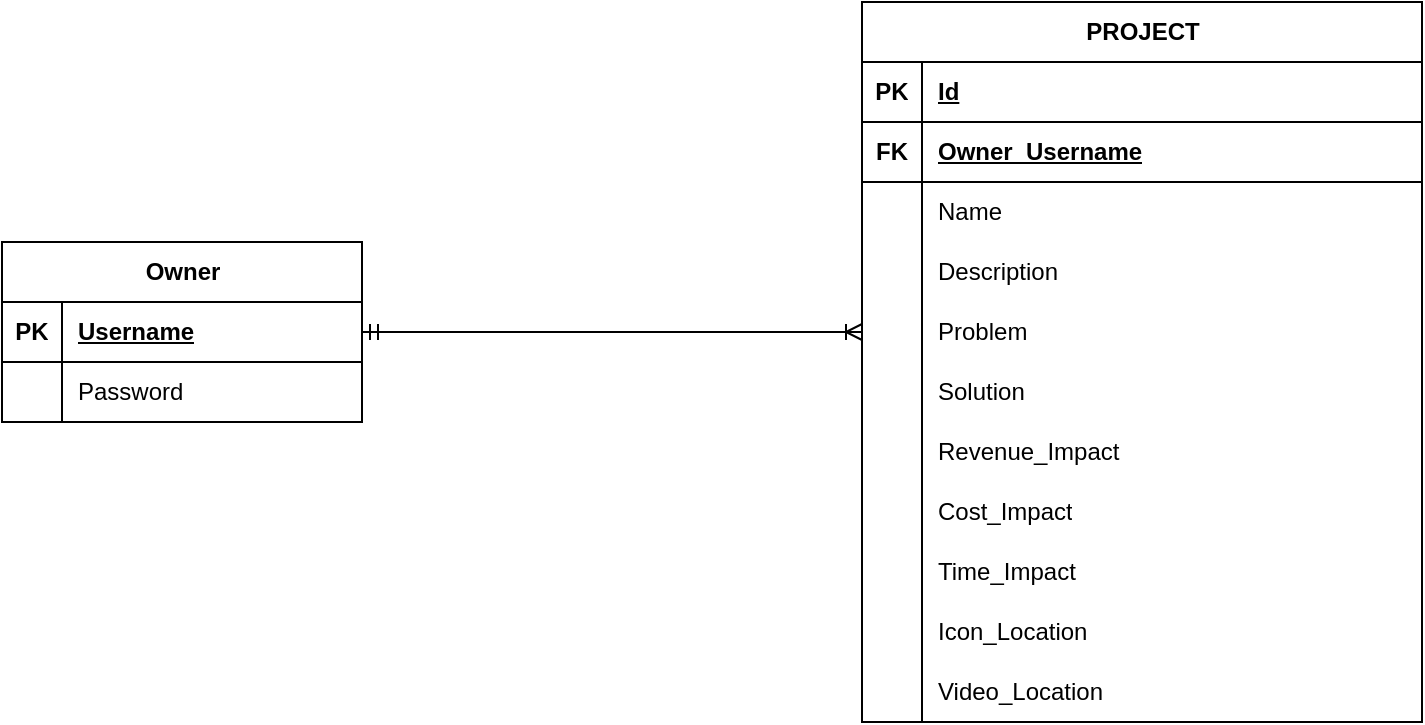
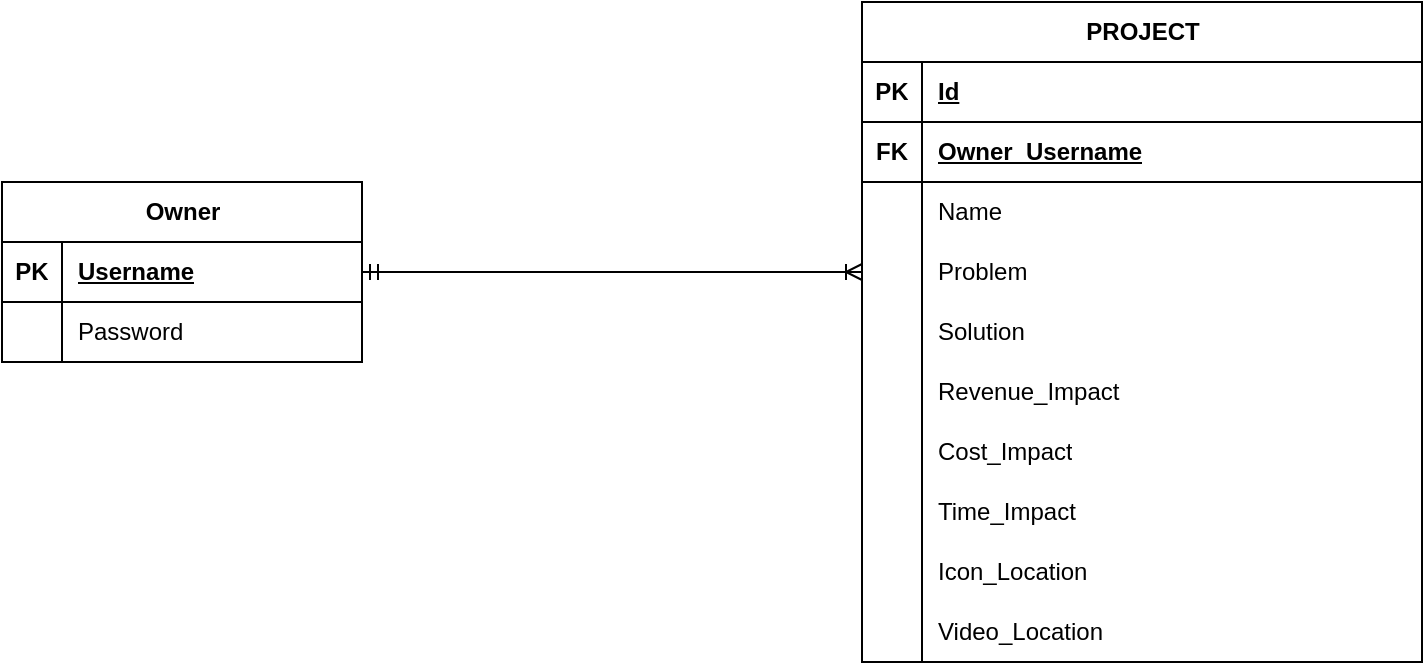
<mxfile host="Electron" agent="Mozilla/5.0 (X11; Linux x86_64) AppleWebKit/537.36 (KHTML, like Gecko) draw.io/28.2.5 Chrome/138.0.7204.251 Electron/37.6.1 Safari/537.36" version="28.2.5">
  <diagram name="Page-1" id="zsZT4JhFz0jnKJ8QXJsS">
    <mxGraphModel dx="983" dy="532" grid="1" gridSize="10" guides="1" tooltips="1" connect="1" arrows="1" fold="1" page="1" pageScale="1" pageWidth="850" pageHeight="1100" math="0" shadow="0">
      <root>
        <mxCell id="0" />
        <mxCell id="1" parent="0" />
-         <mxCell id="76EsrTS8tjfTrzpL2MYb-1" value="PROJECT" style="shape=table;startSize=30;container=1;collapsible=1;childLayout=tableLayout;fixedRows=1;rowLines=0;fontStyle=1;align=center;resizeLast=1;html=1;" vertex="1" parent="1">
-           <mxGeometry x="520" y="160" width="280" height="360" as="geometry" />
+         <mxCell id="76EsrTS8tjfTrzpL2MYb-1" value="PROJECT" style="shape=table;startSize=30;container=1;collapsible=1;childLayout=tableLayout;fixedRows=1;rowLines=0;fontStyle=1;align=center;resizeLast=1;html=1;" parent="1" vertex="1">
+           <mxGeometry x="520" y="190" width="280" height="330" as="geometry" />
        </mxCell>
-         <mxCell id="76EsrTS8tjfTrzpL2MYb-2" value="" style="shape=tableRow;horizontal=0;startSize=0;swimlaneHead=0;swimlaneBody=0;fillColor=none;collapsible=0;dropTarget=0;points=[[0,0.5],[1,0.5]];portConstraint=eastwest;top=0;left=0;right=0;bottom=1;" vertex="1" parent="76EsrTS8tjfTrzpL2MYb-1">
+         <mxCell id="76EsrTS8tjfTrzpL2MYb-2" value="" style="shape=tableRow;horizontal=0;startSize=0;swimlaneHead=0;swimlaneBody=0;fillColor=none;collapsible=0;dropTarget=0;points=[[0,0.5],[1,0.5]];portConstraint=eastwest;top=0;left=0;right=0;bottom=1;" parent="76EsrTS8tjfTrzpL2MYb-1" vertex="1">
          <mxGeometry y="30" width="280" height="30" as="geometry" />
        </mxCell>
-         <mxCell id="76EsrTS8tjfTrzpL2MYb-3" value="PK" style="shape=partialRectangle;connectable=0;fillColor=none;top=0;left=0;bottom=0;right=0;fontStyle=1;overflow=hidden;whiteSpace=wrap;html=1;" vertex="1" parent="76EsrTS8tjfTrzpL2MYb-2">
+         <mxCell id="76EsrTS8tjfTrzpL2MYb-3" value="PK" style="shape=partialRectangle;connectable=0;fillColor=none;top=0;left=0;bottom=0;right=0;fontStyle=1;overflow=hidden;whiteSpace=wrap;html=1;" parent="76EsrTS8tjfTrzpL2MYb-2" vertex="1">
          <mxGeometry width="30" height="30" as="geometry">
            <mxRectangle width="30" height="30" as="alternateBounds" />
          </mxGeometry>
        </mxCell>
-         <mxCell id="76EsrTS8tjfTrzpL2MYb-4" value="Id" style="shape=partialRectangle;connectable=0;fillColor=none;top=0;left=0;bottom=0;right=0;align=left;spacingLeft=6;fontStyle=5;overflow=hidden;whiteSpace=wrap;html=1;" vertex="1" parent="76EsrTS8tjfTrzpL2MYb-2">
+         <mxCell id="76EsrTS8tjfTrzpL2MYb-4" value="Id" style="shape=partialRectangle;connectable=0;fillColor=none;top=0;left=0;bottom=0;right=0;align=left;spacingLeft=6;fontStyle=5;overflow=hidden;whiteSpace=wrap;html=1;" parent="76EsrTS8tjfTrzpL2MYb-2" vertex="1">
          <mxGeometry x="30" width="250" height="30" as="geometry">
            <mxRectangle width="250" height="30" as="alternateBounds" />
          </mxGeometry>
        </mxCell>
-         <mxCell id="76EsrTS8tjfTrzpL2MYb-45" value="" style="shape=tableRow;horizontal=0;startSize=0;swimlaneHead=0;swimlaneBody=0;fillColor=none;collapsible=0;dropTarget=0;points=[[0,0.5],[1,0.5]];portConstraint=eastwest;top=0;left=0;right=0;bottom=1;" vertex="1" parent="76EsrTS8tjfTrzpL2MYb-1">
+         <mxCell id="76EsrTS8tjfTrzpL2MYb-45" value="" style="shape=tableRow;horizontal=0;startSize=0;swimlaneHead=0;swimlaneBody=0;fillColor=none;collapsible=0;dropTarget=0;points=[[0,0.5],[1,0.5]];portConstraint=eastwest;top=0;left=0;right=0;bottom=1;" parent="76EsrTS8tjfTrzpL2MYb-1" vertex="1">
          <mxGeometry y="60" width="280" height="30" as="geometry" />
        </mxCell>
-         <mxCell id="76EsrTS8tjfTrzpL2MYb-46" value="FK" style="shape=partialRectangle;connectable=0;fillColor=none;top=0;left=0;bottom=0;right=0;fontStyle=1;overflow=hidden;whiteSpace=wrap;html=1;" vertex="1" parent="76EsrTS8tjfTrzpL2MYb-45">
+         <mxCell id="76EsrTS8tjfTrzpL2MYb-46" value="FK" style="shape=partialRectangle;connectable=0;fillColor=none;top=0;left=0;bottom=0;right=0;fontStyle=1;overflow=hidden;whiteSpace=wrap;html=1;" parent="76EsrTS8tjfTrzpL2MYb-45" vertex="1">
          <mxGeometry width="30" height="30" as="geometry">
            <mxRectangle width="30" height="30" as="alternateBounds" />
          </mxGeometry>
        </mxCell>
-         <mxCell id="76EsrTS8tjfTrzpL2MYb-47" value="Owner_Username" style="shape=partialRectangle;connectable=0;fillColor=none;top=0;left=0;bottom=0;right=0;align=left;spacingLeft=6;fontStyle=5;overflow=hidden;whiteSpace=wrap;html=1;" vertex="1" parent="76EsrTS8tjfTrzpL2MYb-45">
+         <mxCell id="76EsrTS8tjfTrzpL2MYb-47" value="Owner_Username" style="shape=partialRectangle;connectable=0;fillColor=none;top=0;left=0;bottom=0;right=0;align=left;spacingLeft=6;fontStyle=5;overflow=hidden;whiteSpace=wrap;html=1;" parent="76EsrTS8tjfTrzpL2MYb-45" vertex="1">
          <mxGeometry x="30" width="250" height="30" as="geometry">
            <mxRectangle width="250" height="30" as="alternateBounds" />
          </mxGeometry>
        </mxCell>
-         <mxCell id="76EsrTS8tjfTrzpL2MYb-5" value="" style="shape=tableRow;horizontal=0;startSize=0;swimlaneHead=0;swimlaneBody=0;fillColor=none;collapsible=0;dropTarget=0;points=[[0,0.5],[1,0.5]];portConstraint=eastwest;top=0;left=0;right=0;bottom=0;" vertex="1" parent="76EsrTS8tjfTrzpL2MYb-1">
+         <mxCell id="76EsrTS8tjfTrzpL2MYb-5" value="" style="shape=tableRow;horizontal=0;startSize=0;swimlaneHead=0;swimlaneBody=0;fillColor=none;collapsible=0;dropTarget=0;points=[[0,0.5],[1,0.5]];portConstraint=eastwest;top=0;left=0;right=0;bottom=0;" parent="76EsrTS8tjfTrzpL2MYb-1" vertex="1">
          <mxGeometry y="90" width="280" height="30" as="geometry" />
        </mxCell>
-         <mxCell id="76EsrTS8tjfTrzpL2MYb-6" value="" style="shape=partialRectangle;connectable=0;fillColor=none;top=0;left=0;bottom=0;right=0;editable=1;overflow=hidden;whiteSpace=wrap;html=1;" vertex="1" parent="76EsrTS8tjfTrzpL2MYb-5">
+         <mxCell id="76EsrTS8tjfTrzpL2MYb-6" value="" style="shape=partialRectangle;connectable=0;fillColor=none;top=0;left=0;bottom=0;right=0;editable=1;overflow=hidden;whiteSpace=wrap;html=1;" parent="76EsrTS8tjfTrzpL2MYb-5" vertex="1">
          <mxGeometry width="30" height="30" as="geometry">
            <mxRectangle width="30" height="30" as="alternateBounds" />
          </mxGeometry>
        </mxCell>
-         <mxCell id="76EsrTS8tjfTrzpL2MYb-7" value="Name" style="shape=partialRectangle;connectable=0;fillColor=none;top=0;left=0;bottom=0;right=0;align=left;spacingLeft=6;overflow=hidden;whiteSpace=wrap;html=1;" vertex="1" parent="76EsrTS8tjfTrzpL2MYb-5">
+         <mxCell id="76EsrTS8tjfTrzpL2MYb-7" value="Name" style="shape=partialRectangle;connectable=0;fillColor=none;top=0;left=0;bottom=0;right=0;align=left;spacingLeft=6;overflow=hidden;whiteSpace=wrap;html=1;" parent="76EsrTS8tjfTrzpL2MYb-5" vertex="1">
          <mxGeometry x="30" width="250" height="30" as="geometry">
            <mxRectangle width="250" height="30" as="alternateBounds" />
          </mxGeometry>
        </mxCell>
-         <mxCell id="76EsrTS8tjfTrzpL2MYb-8" value="" style="shape=tableRow;horizontal=0;startSize=0;swimlaneHead=0;swimlaneBody=0;fillColor=none;collapsible=0;dropTarget=0;points=[[0,0.5],[1,0.5]];portConstraint=eastwest;top=0;left=0;right=0;bottom=0;" vertex="1" parent="76EsrTS8tjfTrzpL2MYb-1">
+         <mxCell id="76EsrTS8tjfTrzpL2MYb-11" value="" style="shape=tableRow;horizontal=0;startSize=0;swimlaneHead=0;swimlaneBody=0;fillColor=none;collapsible=0;dropTarget=0;points=[[0,0.5],[1,0.5]];portConstraint=eastwest;top=0;left=0;right=0;bottom=0;" parent="76EsrTS8tjfTrzpL2MYb-1" vertex="1">
          <mxGeometry y="120" width="280" height="30" as="geometry" />
        </mxCell>
-         <mxCell id="76EsrTS8tjfTrzpL2MYb-9" value="" style="shape=partialRectangle;connectable=0;fillColor=none;top=0;left=0;bottom=0;right=0;editable=1;overflow=hidden;whiteSpace=wrap;html=1;" vertex="1" parent="76EsrTS8tjfTrzpL2MYb-8">
+         <mxCell id="76EsrTS8tjfTrzpL2MYb-12" value="" style="shape=partialRectangle;connectable=0;fillColor=none;top=0;left=0;bottom=0;right=0;editable=1;overflow=hidden;whiteSpace=wrap;html=1;" parent="76EsrTS8tjfTrzpL2MYb-11" vertex="1">
          <mxGeometry width="30" height="30" as="geometry">
            <mxRectangle width="30" height="30" as="alternateBounds" />
          </mxGeometry>
        </mxCell>
-         <mxCell id="76EsrTS8tjfTrzpL2MYb-10" value="Description" style="shape=partialRectangle;connectable=0;fillColor=none;top=0;left=0;bottom=0;right=0;align=left;spacingLeft=6;overflow=hidden;whiteSpace=wrap;html=1;" vertex="1" parent="76EsrTS8tjfTrzpL2MYb-8">
+         <mxCell id="76EsrTS8tjfTrzpL2MYb-13" value="Problem" style="shape=partialRectangle;connectable=0;fillColor=none;top=0;left=0;bottom=0;right=0;align=left;spacingLeft=6;overflow=hidden;whiteSpace=wrap;html=1;" parent="76EsrTS8tjfTrzpL2MYb-11" vertex="1">
          <mxGeometry x="30" width="250" height="30" as="geometry">
            <mxRectangle width="250" height="30" as="alternateBounds" />
          </mxGeometry>
        </mxCell>
-         <mxCell id="76EsrTS8tjfTrzpL2MYb-11" value="" style="shape=tableRow;horizontal=0;startSize=0;swimlaneHead=0;swimlaneBody=0;fillColor=none;collapsible=0;dropTarget=0;points=[[0,0.5],[1,0.5]];portConstraint=eastwest;top=0;left=0;right=0;bottom=0;" vertex="1" parent="76EsrTS8tjfTrzpL2MYb-1">
+         <mxCell id="76EsrTS8tjfTrzpL2MYb-14" value="" style="shape=tableRow;horizontal=0;startSize=0;swimlaneHead=0;swimlaneBody=0;fillColor=none;collapsible=0;dropTarget=0;points=[[0,0.5],[1,0.5]];portConstraint=eastwest;top=0;left=0;right=0;bottom=0;" parent="76EsrTS8tjfTrzpL2MYb-1" vertex="1">
          <mxGeometry y="150" width="280" height="30" as="geometry" />
        </mxCell>
-         <mxCell id="76EsrTS8tjfTrzpL2MYb-12" value="" style="shape=partialRectangle;connectable=0;fillColor=none;top=0;left=0;bottom=0;right=0;editable=1;overflow=hidden;whiteSpace=wrap;html=1;" vertex="1" parent="76EsrTS8tjfTrzpL2MYb-11">
+         <mxCell id="76EsrTS8tjfTrzpL2MYb-15" value="" style="shape=partialRectangle;connectable=0;fillColor=none;top=0;left=0;bottom=0;right=0;editable=1;overflow=hidden;whiteSpace=wrap;html=1;" parent="76EsrTS8tjfTrzpL2MYb-14" vertex="1">
          <mxGeometry width="30" height="30" as="geometry">
            <mxRectangle width="30" height="30" as="alternateBounds" />
          </mxGeometry>
        </mxCell>
-         <mxCell id="76EsrTS8tjfTrzpL2MYb-13" value="Problem" style="shape=partialRectangle;connectable=0;fillColor=none;top=0;left=0;bottom=0;right=0;align=left;spacingLeft=6;overflow=hidden;whiteSpace=wrap;html=1;" vertex="1" parent="76EsrTS8tjfTrzpL2MYb-11">
+         <mxCell id="76EsrTS8tjfTrzpL2MYb-16" value="Solution" style="shape=partialRectangle;connectable=0;fillColor=none;top=0;left=0;bottom=0;right=0;align=left;spacingLeft=6;overflow=hidden;whiteSpace=wrap;html=1;" parent="76EsrTS8tjfTrzpL2MYb-14" vertex="1">
          <mxGeometry x="30" width="250" height="30" as="geometry">
            <mxRectangle width="250" height="30" as="alternateBounds" />
          </mxGeometry>
        </mxCell>
-         <mxCell id="76EsrTS8tjfTrzpL2MYb-14" value="" style="shape=tableRow;horizontal=0;startSize=0;swimlaneHead=0;swimlaneBody=0;fillColor=none;collapsible=0;dropTarget=0;points=[[0,0.5],[1,0.5]];portConstraint=eastwest;top=0;left=0;right=0;bottom=0;" vertex="1" parent="76EsrTS8tjfTrzpL2MYb-1">
+         <mxCell id="76EsrTS8tjfTrzpL2MYb-17" value="" style="shape=tableRow;horizontal=0;startSize=0;swimlaneHead=0;swimlaneBody=0;fillColor=none;collapsible=0;dropTarget=0;points=[[0,0.5],[1,0.5]];portConstraint=eastwest;top=0;left=0;right=0;bottom=0;" parent="76EsrTS8tjfTrzpL2MYb-1" vertex="1">
          <mxGeometry y="180" width="280" height="30" as="geometry" />
        </mxCell>
-         <mxCell id="76EsrTS8tjfTrzpL2MYb-15" value="" style="shape=partialRectangle;connectable=0;fillColor=none;top=0;left=0;bottom=0;right=0;editable=1;overflow=hidden;whiteSpace=wrap;html=1;" vertex="1" parent="76EsrTS8tjfTrzpL2MYb-14">
+         <mxCell id="76EsrTS8tjfTrzpL2MYb-18" value="" style="shape=partialRectangle;connectable=0;fillColor=none;top=0;left=0;bottom=0;right=0;editable=1;overflow=hidden;whiteSpace=wrap;html=1;" parent="76EsrTS8tjfTrzpL2MYb-17" vertex="1">
          <mxGeometry width="30" height="30" as="geometry">
            <mxRectangle width="30" height="30" as="alternateBounds" />
          </mxGeometry>
        </mxCell>
-         <mxCell id="76EsrTS8tjfTrzpL2MYb-16" value="Solution" style="shape=partialRectangle;connectable=0;fillColor=none;top=0;left=0;bottom=0;right=0;align=left;spacingLeft=6;overflow=hidden;whiteSpace=wrap;html=1;" vertex="1" parent="76EsrTS8tjfTrzpL2MYb-14">
+         <mxCell id="76EsrTS8tjfTrzpL2MYb-19" value="Revenue_Impact" style="shape=partialRectangle;connectable=0;fillColor=none;top=0;left=0;bottom=0;right=0;align=left;spacingLeft=6;overflow=hidden;whiteSpace=wrap;html=1;" parent="76EsrTS8tjfTrzpL2MYb-17" vertex="1">
          <mxGeometry x="30" width="250" height="30" as="geometry">
            <mxRectangle width="250" height="30" as="alternateBounds" />
          </mxGeometry>
        </mxCell>
-         <mxCell id="76EsrTS8tjfTrzpL2MYb-17" value="" style="shape=tableRow;horizontal=0;startSize=0;swimlaneHead=0;swimlaneBody=0;fillColor=none;collapsible=0;dropTarget=0;points=[[0,0.5],[1,0.5]];portConstraint=eastwest;top=0;left=0;right=0;bottom=0;" vertex="1" parent="76EsrTS8tjfTrzpL2MYb-1">
+         <mxCell id="76EsrTS8tjfTrzpL2MYb-20" value="" style="shape=tableRow;horizontal=0;startSize=0;swimlaneHead=0;swimlaneBody=0;fillColor=none;collapsible=0;dropTarget=0;points=[[0,0.5],[1,0.5]];portConstraint=eastwest;top=0;left=0;right=0;bottom=0;" parent="76EsrTS8tjfTrzpL2MYb-1" vertex="1">
          <mxGeometry y="210" width="280" height="30" as="geometry" />
        </mxCell>
-         <mxCell id="76EsrTS8tjfTrzpL2MYb-18" value="" style="shape=partialRectangle;connectable=0;fillColor=none;top=0;left=0;bottom=0;right=0;editable=1;overflow=hidden;whiteSpace=wrap;html=1;" vertex="1" parent="76EsrTS8tjfTrzpL2MYb-17">
+         <mxCell id="76EsrTS8tjfTrzpL2MYb-21" value="" style="shape=partialRectangle;connectable=0;fillColor=none;top=0;left=0;bottom=0;right=0;editable=1;overflow=hidden;whiteSpace=wrap;html=1;" parent="76EsrTS8tjfTrzpL2MYb-20" vertex="1">
          <mxGeometry width="30" height="30" as="geometry">
            <mxRectangle width="30" height="30" as="alternateBounds" />
          </mxGeometry>
        </mxCell>
-         <mxCell id="76EsrTS8tjfTrzpL2MYb-19" value="Revenue_Impact" style="shape=partialRectangle;connectable=0;fillColor=none;top=0;left=0;bottom=0;right=0;align=left;spacingLeft=6;overflow=hidden;whiteSpace=wrap;html=1;" vertex="1" parent="76EsrTS8tjfTrzpL2MYb-17">
+         <mxCell id="76EsrTS8tjfTrzpL2MYb-22" value="Cost_Impact" style="shape=partialRectangle;connectable=0;fillColor=none;top=0;left=0;bottom=0;right=0;align=left;spacingLeft=6;overflow=hidden;whiteSpace=wrap;html=1;" parent="76EsrTS8tjfTrzpL2MYb-20" vertex="1">
          <mxGeometry x="30" width="250" height="30" as="geometry">
            <mxRectangle width="250" height="30" as="alternateBounds" />
          </mxGeometry>
        </mxCell>
-         <mxCell id="76EsrTS8tjfTrzpL2MYb-20" value="" style="shape=tableRow;horizontal=0;startSize=0;swimlaneHead=0;swimlaneBody=0;fillColor=none;collapsible=0;dropTarget=0;points=[[0,0.5],[1,0.5]];portConstraint=eastwest;top=0;left=0;right=0;bottom=0;" vertex="1" parent="76EsrTS8tjfTrzpL2MYb-1">
+         <mxCell id="76EsrTS8tjfTrzpL2MYb-23" value="" style="shape=tableRow;horizontal=0;startSize=0;swimlaneHead=0;swimlaneBody=0;fillColor=none;collapsible=0;dropTarget=0;points=[[0,0.5],[1,0.5]];portConstraint=eastwest;top=0;left=0;right=0;bottom=0;" parent="76EsrTS8tjfTrzpL2MYb-1" vertex="1">
          <mxGeometry y="240" width="280" height="30" as="geometry" />
        </mxCell>
-         <mxCell id="76EsrTS8tjfTrzpL2MYb-21" value="" style="shape=partialRectangle;connectable=0;fillColor=none;top=0;left=0;bottom=0;right=0;editable=1;overflow=hidden;whiteSpace=wrap;html=1;" vertex="1" parent="76EsrTS8tjfTrzpL2MYb-20">
+         <mxCell id="76EsrTS8tjfTrzpL2MYb-24" value="" style="shape=partialRectangle;connectable=0;fillColor=none;top=0;left=0;bottom=0;right=0;editable=1;overflow=hidden;whiteSpace=wrap;html=1;" parent="76EsrTS8tjfTrzpL2MYb-23" vertex="1">
          <mxGeometry width="30" height="30" as="geometry">
            <mxRectangle width="30" height="30" as="alternateBounds" />
          </mxGeometry>
        </mxCell>
-         <mxCell id="76EsrTS8tjfTrzpL2MYb-22" value="Cost_Impact" style="shape=partialRectangle;connectable=0;fillColor=none;top=0;left=0;bottom=0;right=0;align=left;spacingLeft=6;overflow=hidden;whiteSpace=wrap;html=1;" vertex="1" parent="76EsrTS8tjfTrzpL2MYb-20">
+         <mxCell id="76EsrTS8tjfTrzpL2MYb-25" value="Time_Impact" style="shape=partialRectangle;connectable=0;fillColor=none;top=0;left=0;bottom=0;right=0;align=left;spacingLeft=6;overflow=hidden;whiteSpace=wrap;html=1;" parent="76EsrTS8tjfTrzpL2MYb-23" vertex="1">
          <mxGeometry x="30" width="250" height="30" as="geometry">
            <mxRectangle width="250" height="30" as="alternateBounds" />
          </mxGeometry>
        </mxCell>
-         <mxCell id="76EsrTS8tjfTrzpL2MYb-23" value="" style="shape=tableRow;horizontal=0;startSize=0;swimlaneHead=0;swimlaneBody=0;fillColor=none;collapsible=0;dropTarget=0;points=[[0,0.5],[1,0.5]];portConstraint=eastwest;top=0;left=0;right=0;bottom=0;" vertex="1" parent="76EsrTS8tjfTrzpL2MYb-1">
+         <mxCell id="76EsrTS8tjfTrzpL2MYb-26" value="" style="shape=tableRow;horizontal=0;startSize=0;swimlaneHead=0;swimlaneBody=0;fillColor=none;collapsible=0;dropTarget=0;points=[[0,0.5],[1,0.5]];portConstraint=eastwest;top=0;left=0;right=0;bottom=0;" parent="76EsrTS8tjfTrzpL2MYb-1" vertex="1">
          <mxGeometry y="270" width="280" height="30" as="geometry" />
        </mxCell>
-         <mxCell id="76EsrTS8tjfTrzpL2MYb-24" value="" style="shape=partialRectangle;connectable=0;fillColor=none;top=0;left=0;bottom=0;right=0;editable=1;overflow=hidden;whiteSpace=wrap;html=1;" vertex="1" parent="76EsrTS8tjfTrzpL2MYb-23">
+         <mxCell id="76EsrTS8tjfTrzpL2MYb-27" value="" style="shape=partialRectangle;connectable=0;fillColor=none;top=0;left=0;bottom=0;right=0;editable=1;overflow=hidden;whiteSpace=wrap;html=1;" parent="76EsrTS8tjfTrzpL2MYb-26" vertex="1">
          <mxGeometry width="30" height="30" as="geometry">
            <mxRectangle width="30" height="30" as="alternateBounds" />
          </mxGeometry>
        </mxCell>
-         <mxCell id="76EsrTS8tjfTrzpL2MYb-25" value="Time_Impact" style="shape=partialRectangle;connectable=0;fillColor=none;top=0;left=0;bottom=0;right=0;align=left;spacingLeft=6;overflow=hidden;whiteSpace=wrap;html=1;" vertex="1" parent="76EsrTS8tjfTrzpL2MYb-23">
+         <mxCell id="76EsrTS8tjfTrzpL2MYb-28" value="Icon_Location" style="shape=partialRectangle;connectable=0;fillColor=none;top=0;left=0;bottom=0;right=0;align=left;spacingLeft=6;overflow=hidden;whiteSpace=wrap;html=1;" parent="76EsrTS8tjfTrzpL2MYb-26" vertex="1">
          <mxGeometry x="30" width="250" height="30" as="geometry">
            <mxRectangle width="250" height="30" as="alternateBounds" />
          </mxGeometry>
        </mxCell>
-         <mxCell id="76EsrTS8tjfTrzpL2MYb-26" value="" style="shape=tableRow;horizontal=0;startSize=0;swimlaneHead=0;swimlaneBody=0;fillColor=none;collapsible=0;dropTarget=0;points=[[0,0.5],[1,0.5]];portConstraint=eastwest;top=0;left=0;right=0;bottom=0;" vertex="1" parent="76EsrTS8tjfTrzpL2MYb-1">
+         <mxCell id="76EsrTS8tjfTrzpL2MYb-29" value="" style="shape=tableRow;horizontal=0;startSize=0;swimlaneHead=0;swimlaneBody=0;fillColor=none;collapsible=0;dropTarget=0;points=[[0,0.5],[1,0.5]];portConstraint=eastwest;top=0;left=0;right=0;bottom=0;" parent="76EsrTS8tjfTrzpL2MYb-1" vertex="1">
          <mxGeometry y="300" width="280" height="30" as="geometry" />
        </mxCell>
-         <mxCell id="76EsrTS8tjfTrzpL2MYb-27" value="" style="shape=partialRectangle;connectable=0;fillColor=none;top=0;left=0;bottom=0;right=0;editable=1;overflow=hidden;whiteSpace=wrap;html=1;" vertex="1" parent="76EsrTS8tjfTrzpL2MYb-26">
+         <mxCell id="76EsrTS8tjfTrzpL2MYb-30" value="" style="shape=partialRectangle;connectable=0;fillColor=none;top=0;left=0;bottom=0;right=0;editable=1;overflow=hidden;whiteSpace=wrap;html=1;" parent="76EsrTS8tjfTrzpL2MYb-29" vertex="1">
          <mxGeometry width="30" height="30" as="geometry">
            <mxRectangle width="30" height="30" as="alternateBounds" />
          </mxGeometry>
        </mxCell>
-         <mxCell id="76EsrTS8tjfTrzpL2MYb-28" value="Icon_Location" style="shape=partialRectangle;connectable=0;fillColor=none;top=0;left=0;bottom=0;right=0;align=left;spacingLeft=6;overflow=hidden;whiteSpace=wrap;html=1;" vertex="1" parent="76EsrTS8tjfTrzpL2MYb-26">
+         <mxCell id="76EsrTS8tjfTrzpL2MYb-31" value="Video_Location" style="shape=partialRectangle;connectable=0;fillColor=none;top=0;left=0;bottom=0;right=0;align=left;spacingLeft=6;overflow=hidden;whiteSpace=wrap;html=1;" parent="76EsrTS8tjfTrzpL2MYb-29" vertex="1">
          <mxGeometry x="30" width="250" height="30" as="geometry">
            <mxRectangle width="250" height="30" as="alternateBounds" />
          </mxGeometry>
        </mxCell>
-         <mxCell id="76EsrTS8tjfTrzpL2MYb-29" value="" style="shape=tableRow;horizontal=0;startSize=0;swimlaneHead=0;swimlaneBody=0;fillColor=none;collapsible=0;dropTarget=0;points=[[0,0.5],[1,0.5]];portConstraint=eastwest;top=0;left=0;right=0;bottom=0;" vertex="1" parent="76EsrTS8tjfTrzpL2MYb-1">
-           <mxGeometry y="330" width="280" height="30" as="geometry" />
+         <mxCell id="76EsrTS8tjfTrzpL2MYb-32" value="Owner" style="shape=table;startSize=30;container=1;collapsible=1;childLayout=tableLayout;fixedRows=1;rowLines=0;fontStyle=1;align=center;resizeLast=1;html=1;" parent="1" vertex="1">
+           <mxGeometry x="90" y="280" width="180" height="90" as="geometry" />
        </mxCell>
-         <mxCell id="76EsrTS8tjfTrzpL2MYb-30" value="" style="shape=partialRectangle;connectable=0;fillColor=none;top=0;left=0;bottom=0;right=0;editable=1;overflow=hidden;whiteSpace=wrap;html=1;" vertex="1" parent="76EsrTS8tjfTrzpL2MYb-29">
+         <mxCell id="76EsrTS8tjfTrzpL2MYb-33" value="" style="shape=tableRow;horizontal=0;startSize=0;swimlaneHead=0;swimlaneBody=0;fillColor=none;collapsible=0;dropTarget=0;points=[[0,0.5],[1,0.5]];portConstraint=eastwest;top=0;left=0;right=0;bottom=1;" parent="76EsrTS8tjfTrzpL2MYb-32" vertex="1">
+           <mxGeometry y="30" width="180" height="30" as="geometry" />
+         </mxCell>
+         <mxCell id="76EsrTS8tjfTrzpL2MYb-34" value="PK" style="shape=partialRectangle;connectable=0;fillColor=none;top=0;left=0;bottom=0;right=0;fontStyle=1;overflow=hidden;whiteSpace=wrap;html=1;" parent="76EsrTS8tjfTrzpL2MYb-33" vertex="1">
          <mxGeometry width="30" height="30" as="geometry">
            <mxRectangle width="30" height="30" as="alternateBounds" />
          </mxGeometry>
        </mxCell>
-         <mxCell id="76EsrTS8tjfTrzpL2MYb-31" value="Video_Location" style="shape=partialRectangle;connectable=0;fillColor=none;top=0;left=0;bottom=0;right=0;align=left;spacingLeft=6;overflow=hidden;whiteSpace=wrap;html=1;" vertex="1" parent="76EsrTS8tjfTrzpL2MYb-29">
-           <mxGeometry x="30" width="250" height="30" as="geometry">
-             <mxRectangle width="250" height="30" as="alternateBounds" />
+         <mxCell id="76EsrTS8tjfTrzpL2MYb-35" value="Username" style="shape=partialRectangle;connectable=0;fillColor=none;top=0;left=0;bottom=0;right=0;align=left;spacingLeft=6;fontStyle=5;overflow=hidden;whiteSpace=wrap;html=1;" parent="76EsrTS8tjfTrzpL2MYb-33" vertex="1">
+           <mxGeometry x="30" width="150" height="30" as="geometry">
+             <mxRectangle width="150" height="30" as="alternateBounds" />
          </mxGeometry>
        </mxCell>
-         <mxCell id="76EsrTS8tjfTrzpL2MYb-32" value="Owner" style="shape=table;startSize=30;container=1;collapsible=1;childLayout=tableLayout;fixedRows=1;rowLines=0;fontStyle=1;align=center;resizeLast=1;html=1;" vertex="1" parent="1">
-           <mxGeometry x="90" y="280" width="180" height="90" as="geometry" />
+         <mxCell id="76EsrTS8tjfTrzpL2MYb-36" value="" style="shape=tableRow;horizontal=0;startSize=0;swimlaneHead=0;swimlaneBody=0;fillColor=none;collapsible=0;dropTarget=0;points=[[0,0.5],[1,0.5]];portConstraint=eastwest;top=0;left=0;right=0;bottom=0;" parent="76EsrTS8tjfTrzpL2MYb-32" vertex="1">
+           <mxGeometry y="60" width="180" height="30" as="geometry" />
        </mxCell>
-         <mxCell id="76EsrTS8tjfTrzpL2MYb-33" value="" style="shape=tableRow;horizontal=0;startSize=0;swimlaneHead=0;swimlaneBody=0;fillColor=none;collapsible=0;dropTarget=0;points=[[0,0.5],[1,0.5]];portConstraint=eastwest;top=0;left=0;right=0;bottom=1;" vertex="1" parent="76EsrTS8tjfTrzpL2MYb-32">
-           <mxGeometry y="30" width="180" height="30" as="geometry" />
-         </mxCell>
-         <mxCell id="76EsrTS8tjfTrzpL2MYb-34" value="PK" style="shape=partialRectangle;connectable=0;fillColor=none;top=0;left=0;bottom=0;right=0;fontStyle=1;overflow=hidden;whiteSpace=wrap;html=1;" vertex="1" parent="76EsrTS8tjfTrzpL2MYb-33">
+         <mxCell id="76EsrTS8tjfTrzpL2MYb-37" value="" style="shape=partialRectangle;connectable=0;fillColor=none;top=0;left=0;bottom=0;right=0;editable=1;overflow=hidden;whiteSpace=wrap;html=1;" parent="76EsrTS8tjfTrzpL2MYb-36" vertex="1">
          <mxGeometry width="30" height="30" as="geometry">
            <mxRectangle width="30" height="30" as="alternateBounds" />
          </mxGeometry>
        </mxCell>
-         <mxCell id="76EsrTS8tjfTrzpL2MYb-35" value="Username" style="shape=partialRectangle;connectable=0;fillColor=none;top=0;left=0;bottom=0;right=0;align=left;spacingLeft=6;fontStyle=5;overflow=hidden;whiteSpace=wrap;html=1;" vertex="1" parent="76EsrTS8tjfTrzpL2MYb-33">
+         <mxCell id="76EsrTS8tjfTrzpL2MYb-38" value="Password" style="shape=partialRectangle;connectable=0;fillColor=none;top=0;left=0;bottom=0;right=0;align=left;spacingLeft=6;overflow=hidden;whiteSpace=wrap;html=1;" parent="76EsrTS8tjfTrzpL2MYb-36" vertex="1">
          <mxGeometry x="30" width="150" height="30" as="geometry">
            <mxRectangle width="150" height="30" as="alternateBounds" />
          </mxGeometry>
        </mxCell>
-         <mxCell id="76EsrTS8tjfTrzpL2MYb-36" value="" style="shape=tableRow;horizontal=0;startSize=0;swimlaneHead=0;swimlaneBody=0;fillColor=none;collapsible=0;dropTarget=0;points=[[0,0.5],[1,0.5]];portConstraint=eastwest;top=0;left=0;right=0;bottom=0;" vertex="1" parent="76EsrTS8tjfTrzpL2MYb-32">
-           <mxGeometry y="60" width="180" height="30" as="geometry" />
-         </mxCell>
-         <mxCell id="76EsrTS8tjfTrzpL2MYb-37" value="" style="shape=partialRectangle;connectable=0;fillColor=none;top=0;left=0;bottom=0;right=0;editable=1;overflow=hidden;whiteSpace=wrap;html=1;" vertex="1" parent="76EsrTS8tjfTrzpL2MYb-36">
-           <mxGeometry width="30" height="30" as="geometry">
-             <mxRectangle width="30" height="30" as="alternateBounds" />
-           </mxGeometry>
-         </mxCell>
-         <mxCell id="76EsrTS8tjfTrzpL2MYb-38" value="Password" style="shape=partialRectangle;connectable=0;fillColor=none;top=0;left=0;bottom=0;right=0;align=left;spacingLeft=6;overflow=hidden;whiteSpace=wrap;html=1;" vertex="1" parent="76EsrTS8tjfTrzpL2MYb-36">
-           <mxGeometry x="30" width="150" height="30" as="geometry">
-             <mxRectangle width="150" height="30" as="alternateBounds" />
-           </mxGeometry>
-         </mxCell>
-         <mxCell id="76EsrTS8tjfTrzpL2MYb-48" value="" style="edgeStyle=entityRelationEdgeStyle;fontSize=12;html=1;endArrow=ERoneToMany;startArrow=ERmandOne;rounded=0;entryX=0;entryY=0.5;entryDx=0;entryDy=0;exitX=1;exitY=0.5;exitDx=0;exitDy=0;" edge="1" parent="1" source="76EsrTS8tjfTrzpL2MYb-33" target="76EsrTS8tjfTrzpL2MYb-11">
+         <mxCell id="76EsrTS8tjfTrzpL2MYb-48" value="" style="edgeStyle=entityRelationEdgeStyle;fontSize=12;html=1;endArrow=ERoneToMany;startArrow=ERmandOne;rounded=0;entryX=0;entryY=0.5;entryDx=0;entryDy=0;exitX=1;exitY=0.5;exitDx=0;exitDy=0;" parent="1" source="76EsrTS8tjfTrzpL2MYb-33" target="76EsrTS8tjfTrzpL2MYb-11" edge="1">
          <mxGeometry width="100" height="100" relative="1" as="geometry">
            <mxPoint x="270" y="410" as="sourcePoint" />
            <mxPoint x="370" y="310" as="targetPoint" />
          </mxGeometry>
        </mxCell>
      </root>
    </mxGraphModel>
  </diagram>
</mxfile>
